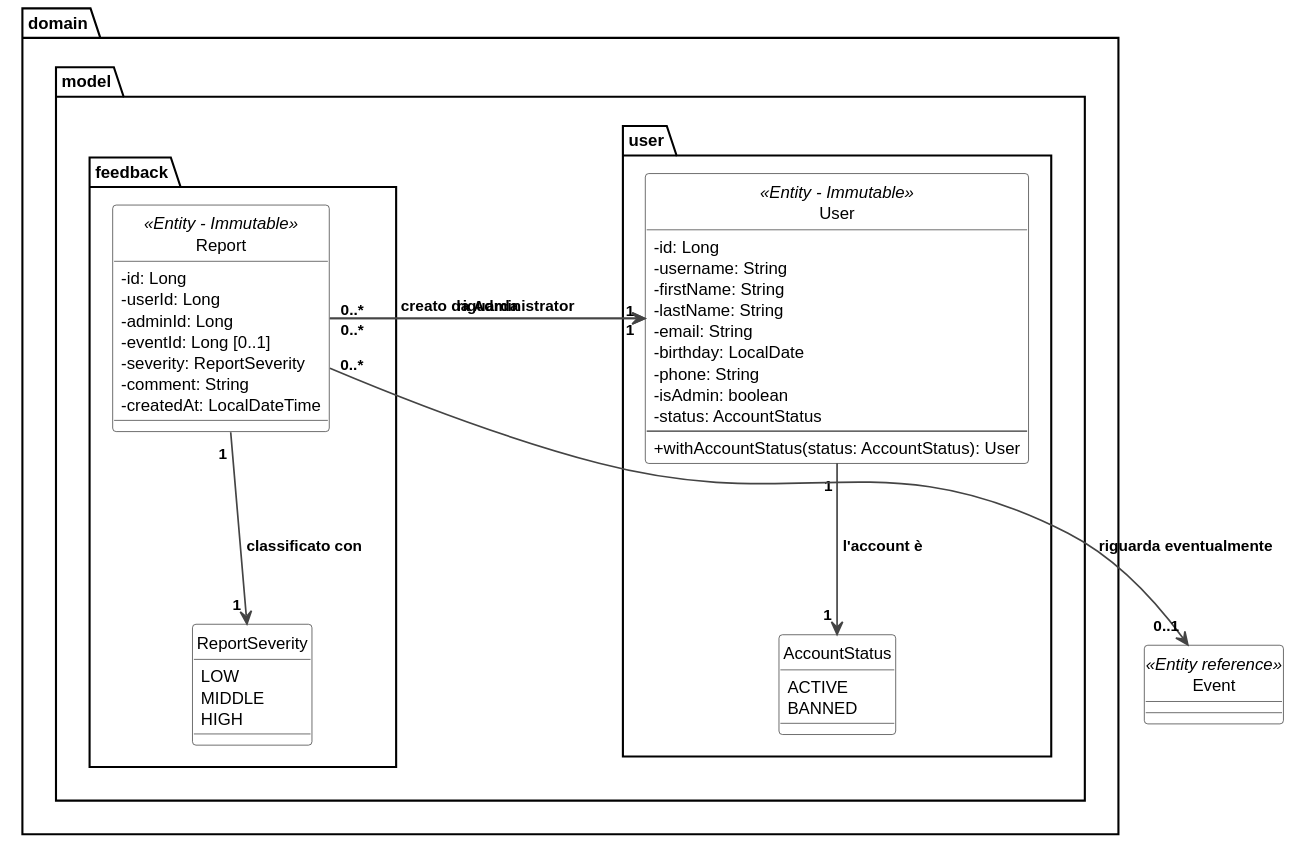
This is docs/diagrams/domain/domain-users.svg from MeruemMeurel/Venue_Event_Organiser, a PlantUML export, as it was before one commit.
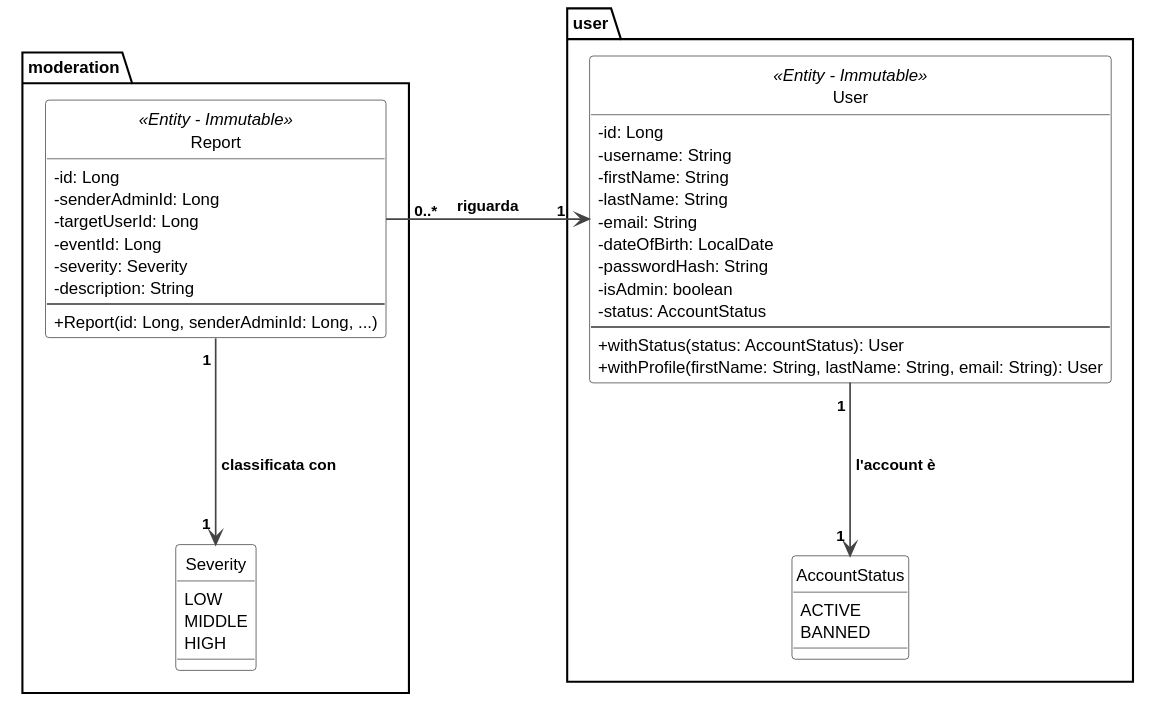
Later version of the same file.

What changed in the source:
```diff
@@ -17,19 +17,20 @@
 skinparam ArrowFontSize 11
 skinparam ArrowColor #444444
 
-package "domain.model.user" {
+package "user" {
     class User <<Entity - Immutable>> {
         - id: Long
         - username: String
         - firstName: String
         - lastName: String
         - email: String
-        - birthday: LocalDate
-        - phone: String
+        - dateOfBirth: LocalDate
+        - passwordHash: String
         - isAdmin: boolean
         - status: AccountStatus
         --
-        + withAccountStatus(status: AccountStatus): User
+        + withStatus(status: AccountStatus): User
+        + withProfile(firstName: String, lastName: String, email: String): User
     }
 
     enum AccountStatus {
@@ -38,18 +39,19 @@
     }
 }
 
-package "domain.model.feedback" {
+package "moderation" {
     class Report <<Entity - Immutable>> {
         - id: Long
-        - userId: Long
-        - adminId: Long
-        - eventId: Long [0..1]
-        - severity: ReportSeverity
-        - comment: String
-        - createdAt: LocalDateTime
+        - senderAdminId: Long
+        - targetUserId: Long
+        - eventId: Long
+        - severity: Severity
+        - description: String
+        --
+        + Report(id: Long, senderAdminId: Long, ...)
     }
 
-    enum ReportSeverity {
+    enum Severity {
         LOW
         MIDDLE
         HIGH
@@ -57,9 +59,6 @@
 }
 
 User "1 " --> "1 " AccountStatus : " l'account è"
-class Event <<Entity reference>>
-Report "0..*" --> "0..1" Event : "riguarda eventualmente"
-Report "1 " --> "1 " ReportSeverity : " classificato con"
-Report "0..*" -right-> "1" User : "riguarda"
-Report "0..*" -left-> "1" User : "creato da Administrator"
-@endum
+Report "1 " --> "1 " Severity : " classificata con"
+Report "    0..*" -right-> "1   " User : "riguarda"
+@enduml
```
